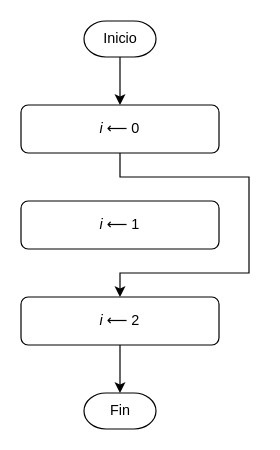
Above: source/diagramas/salto-incondicional.drawio in ricpelo/pro (draw.io), before the change. Source tidied: cells renumbered, new cells numbered last; positions are measured from the earlier drawing's top-left corner, leaving out a move shared by most shapes. Both pictures are drawn from the tidied source at 120%, with x=0, y=0 at pixel (20, 20).
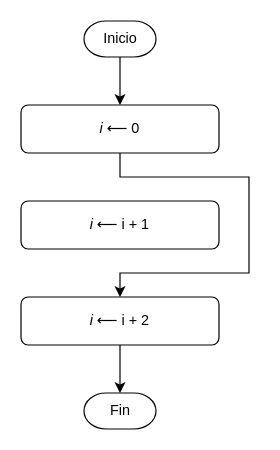
Above is the later version.

The edit, as a diff of the source:
```diff
@@
 <mxGraphModel>
   <root>
     <mxCell id="0" />
     <mxCell id="1" parent="0" />
     <mxCell id="2" style="edgeStyle=orthogonalEdgeStyle;rounded=0;jettySize=auto;html=1;exitX=0.5;exitY=1;exitDx=0;exitDy=0;entryX=0.5;entryY=0;entryDx=0;entryDy=0;" parent="1" edge="1" source="3" target="6">
       <mxGeometry relative="1" as="geometry">
         <Array as="points">
           <mxPoint x="83" y="130" />
           <mxPoint x="190" y="130" />
           <mxPoint x="190" y="210" />
           <mxPoint x="83" y="210" />
         </Array>
       </mxGeometry>
     </mxCell>
     <mxCell id="3" value="&lt;span class=&quot;math inline&quot;&gt;&lt;span class=&quot;katex&quot;&gt;&lt;span aria-hidden=&quot;true&quot; class=&quot;katex-html&quot;&gt;&lt;span class=&quot;base&quot;&gt;&lt;span class=&quot;mord mathnormal&quot;&gt;&lt;i&gt;i&lt;/i&gt;&lt;/span&gt;&lt;span style=&quot;margin-right: 0.2778em;&quot; class=&quot;mspace&quot;&gt;&lt;/span&gt;&lt;span class=&quot;mrel&quot;&gt;⟵&lt;/span&gt;&lt;span style=&quot;margin-right: 0.2778em;&quot; class=&quot;mspace&quot;&gt;&lt;/span&gt;&lt;/span&gt;&lt;span class=&quot;base&quot;&gt;&lt;span style=&quot;height: 0.6444em;&quot; class=&quot;strut&quot;&gt;&lt;/span&gt;&lt;span class=&quot;mord&quot;&gt;0&lt;/span&gt;&lt;/span&gt;&lt;/span&gt;&lt;/span&gt;&lt;/span&gt;" style="rounded=1;whiteSpace=wrap;html=1;" parent="1" vertex="1">
       <mxGeometry y="70" width="165" height="40" as="geometry" />
     </mxCell>
-    <mxCell id="4" value="&lt;span class=&quot;math inline&quot;&gt;&lt;span class=&quot;katex&quot;&gt;&lt;span aria-hidden=&quot;true&quot; class=&quot;katex-html&quot;&gt;&lt;span class=&quot;base&quot;&gt;&lt;span class=&quot;mord mathnormal&quot;&gt;&lt;i&gt;i&lt;/i&gt;&lt;/span&gt;&lt;span style=&quot;margin-right: 0.2778em;&quot; class=&quot;mspace&quot;&gt;&lt;/span&gt;&lt;span class=&quot;mrel&quot;&gt;⟵&lt;/span&gt;&lt;span style=&quot;margin-right: 0.2778em;&quot; class=&quot;mspace&quot;&gt;&lt;/span&gt;&lt;/span&gt;&lt;span class=&quot;base&quot;&gt;&lt;span style=&quot;height: 0.6444em;&quot; class=&quot;strut&quot;&gt;&lt;/span&gt;&lt;span class=&quot;mord&quot;&gt;1&lt;/span&gt;&lt;/span&gt;&lt;/span&gt;&lt;/span&gt;&lt;/span&gt;" style="rounded=1;whiteSpace=wrap;html=1;" parent="1" vertex="1">
+    <mxCell id="4" value="&lt;span class=&quot;math inline&quot;&gt;&lt;span class=&quot;katex&quot;&gt;&lt;span aria-hidden=&quot;true&quot; class=&quot;katex-html&quot;&gt;&lt;span class=&quot;base&quot;&gt;&lt;span class=&quot;mord mathnormal&quot;&gt;&lt;i&gt;i&lt;/i&gt;&lt;/span&gt;&lt;span style=&quot;margin-right: 0.2778em;&quot; class=&quot;mspace&quot;&gt;&lt;/span&gt;&lt;span class=&quot;mrel&quot;&gt;⟵&lt;/span&gt;&lt;span style=&quot;margin-right: 0.2778em;&quot; class=&quot;mspace&quot;&gt;&lt;/span&gt;&lt;/span&gt;&lt;span class=&quot;base&quot;&gt;&lt;span style=&quot;height: 0.6444em;&quot; class=&quot;strut&quot;&gt;&lt;/span&gt;&lt;span class=&quot;mord&quot;&gt;i + 1&lt;/span&gt;&lt;/span&gt;&lt;/span&gt;&lt;/span&gt;&lt;/span&gt;" style="rounded=1;whiteSpace=wrap;html=1;" parent="1" vertex="1">
       <mxGeometry y="150" width="165" height="40" as="geometry" />
     </mxCell>
     <mxCell id="5" style="edgeStyle=orthogonalEdgeStyle;rounded=0;jettySize=auto;html=1;exitX=0.5;exitY=1;exitDx=0;exitDy=0;entryX=0.5;entryY=0;entryDx=0;entryDy=0;entryPerimeter=0;" parent="1" edge="1" source="6" target="9">
       <mxGeometry relative="1" as="geometry" />
     </mxCell>
-    <mxCell id="6" value="&lt;span class=&quot;math inline&quot;&gt;&lt;span class=&quot;katex&quot;&gt;&lt;span aria-hidden=&quot;true&quot; class=&quot;katex-html&quot;&gt;&lt;span class=&quot;base&quot;&gt;&lt;span class=&quot;mord mathnormal&quot;&gt;&lt;i&gt;i&lt;/i&gt;&lt;/span&gt;&lt;span style=&quot;margin-right: 0.2778em;&quot; class=&quot;mspace&quot;&gt;&lt;/span&gt;&lt;span class=&quot;mrel&quot;&gt;⟵&lt;/span&gt;&lt;span style=&quot;margin-right: 0.2778em;&quot; class=&quot;mspace&quot;&gt;&lt;/span&gt;&lt;/span&gt;&lt;span class=&quot;base&quot;&gt;&lt;span style=&quot;height: 0.6444em;&quot; class=&quot;strut&quot;&gt;&lt;/span&gt;&lt;span class=&quot;mord&quot;&gt;2&lt;/span&gt;&lt;/span&gt;&lt;/span&gt;&lt;/span&gt;&lt;/span&gt;" style="rounded=1;whiteSpace=wrap;html=1;" parent="1" vertex="1">
+    <mxCell id="6" value="&lt;span class=&quot;math inline&quot;&gt;&lt;span class=&quot;katex&quot;&gt;&lt;span aria-hidden=&quot;true&quot; class=&quot;katex-html&quot;&gt;&lt;span class=&quot;base&quot;&gt;&lt;span class=&quot;mord mathnormal&quot;&gt;&lt;i&gt;i&lt;/i&gt;&lt;/span&gt;&lt;span style=&quot;margin-right: 0.2778em;&quot; class=&quot;mspace&quot;&gt;&lt;/span&gt;&lt;span class=&quot;mrel&quot;&gt;⟵&lt;/span&gt;&lt;span style=&quot;margin-right: 0.2778em;&quot; class=&quot;mspace&quot;&gt;&lt;/span&gt;&lt;/span&gt;&lt;span class=&quot;base&quot;&gt;&lt;span style=&quot;height: 0.6444em;&quot; class=&quot;strut&quot;&gt;&lt;/span&gt;&lt;span class=&quot;mord&quot;&gt;i + 2&lt;/span&gt;&lt;/span&gt;&lt;/span&gt;&lt;/span&gt;&lt;/span&gt;" style="rounded=1;whiteSpace=wrap;html=1;" parent="1" vertex="1">
       <mxGeometry y="230" width="165" height="40" as="geometry" />
     </mxCell>
     <mxCell id="7" style="edgeStyle=orthogonalEdgeStyle;rounded=0;jettySize=auto;html=1;exitX=0.5;exitY=1;exitDx=0;exitDy=0;exitPerimeter=0;entryX=0.5;entryY=0;entryDx=0;entryDy=0;" parent="1" edge="1" source="8" target="3">
       <mxGeometry relative="1" as="geometry" />
     </mxCell>
     <mxCell id="8" value="Inicio" style="strokeWidth=1;html=1;shape=mxgraph.flowchart.terminator;whiteSpace=wrap;" parent="1" vertex="1">
       <mxGeometry x="52.5" width="60" height="30" as="geometry" />
     </mxCell>
     <mxCell id="9" value="Fin" style="strokeWidth=1;html=1;shape=mxgraph.flowchart.terminator;whiteSpace=wrap;" parent="1" vertex="1">
       <mxGeometry x="52.5" y="310" width="60" height="30" as="geometry" />
     </mxCell>
   </root>
 </mxGraphModel>
```
